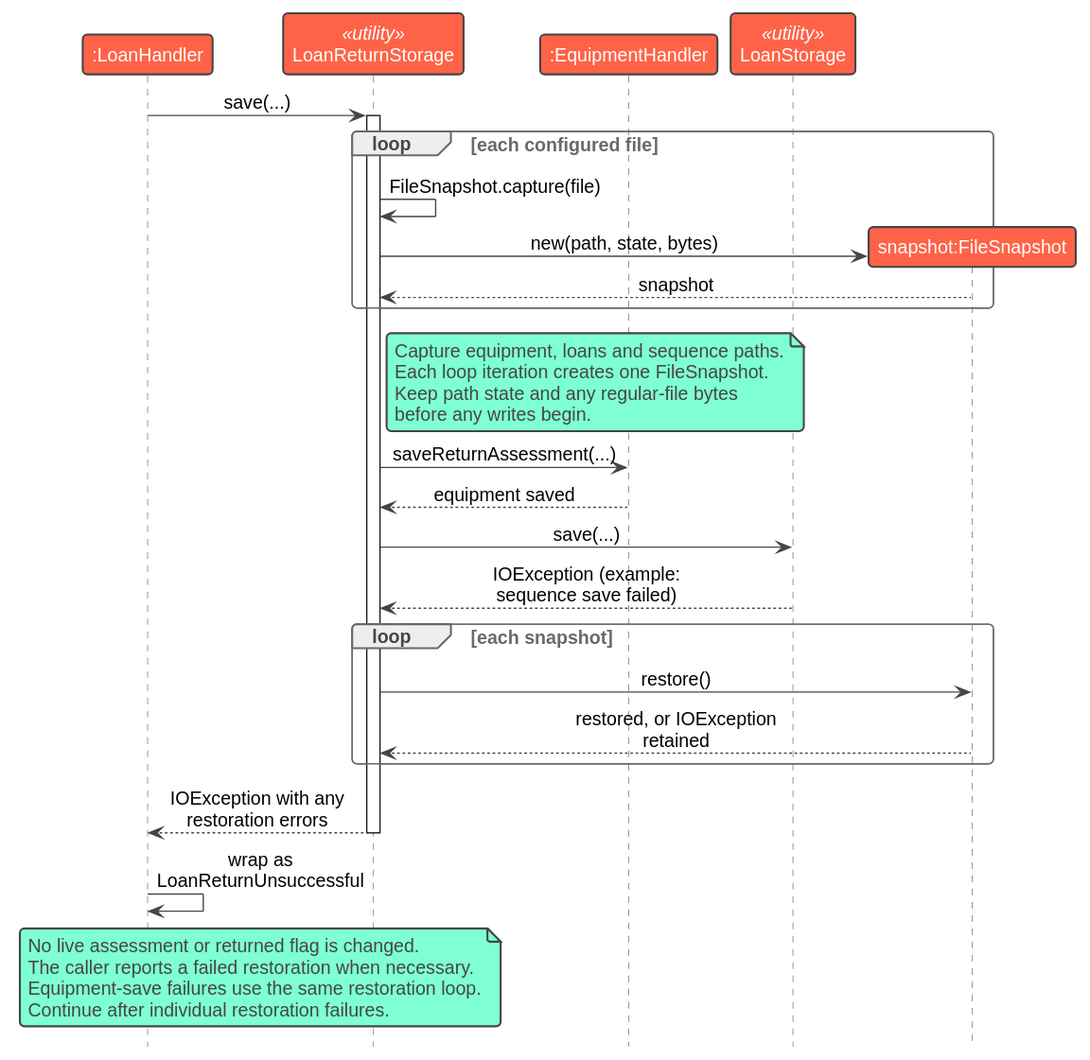
Above: docs/images/ReturnSaveFailure.svg in AY2627S1-CS2113-W13-1/tp (PlantUML), before the change.
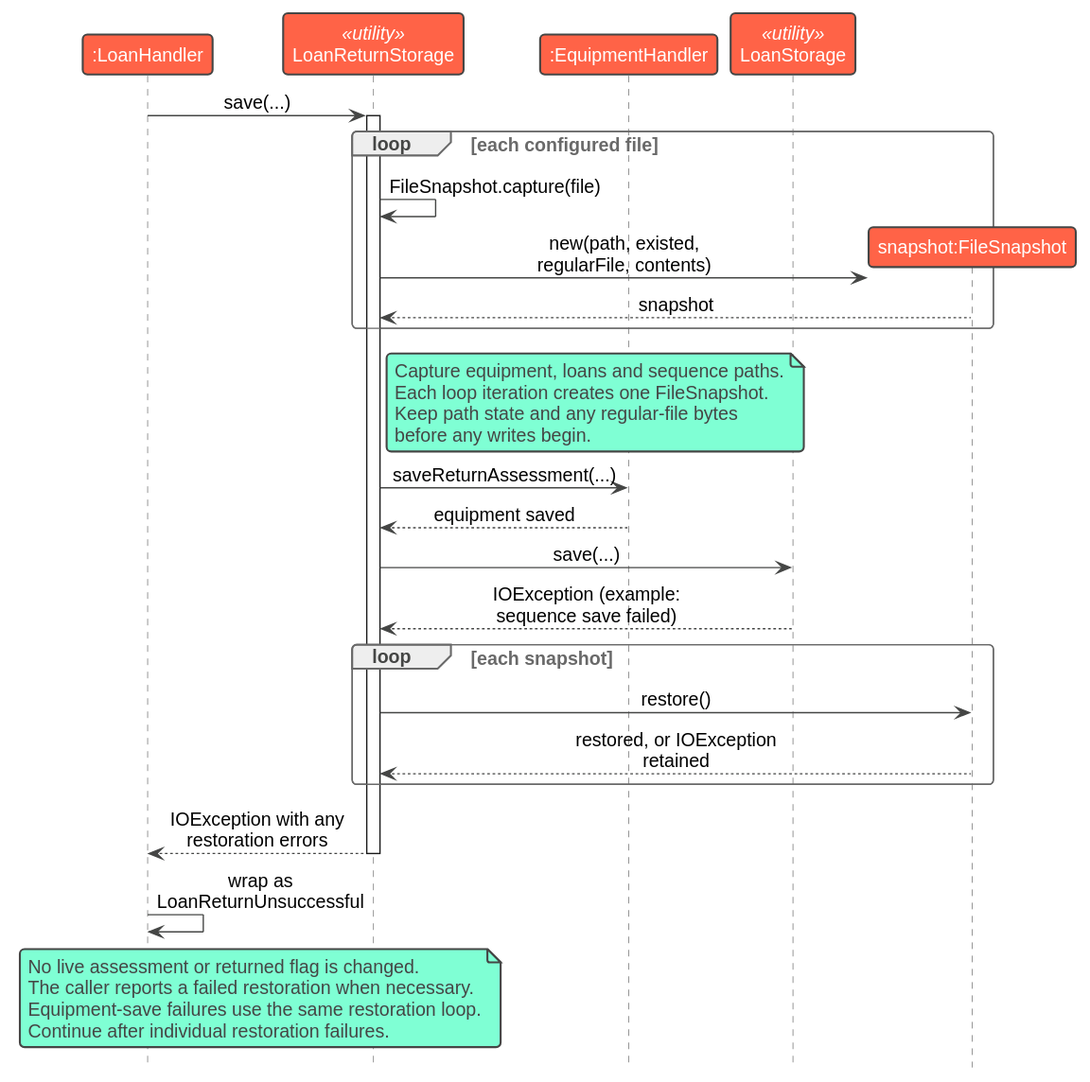
Above is the later version.

The edit, as a diff of the source:
```diff
@@ -14,7 +14,7 @@
 loop each configured file
     Store -> Store: FileSnapshot.capture(file)
     create participant "snapshot:FileSnapshot" as Snapshot
-    Store -> Snapshot: new(path, state, bytes)
+    Store -> Snapshot: new(path, existed, regularFile, contents)
     Snapshot --> Store: snapshot
 end
 note right of Store
```
